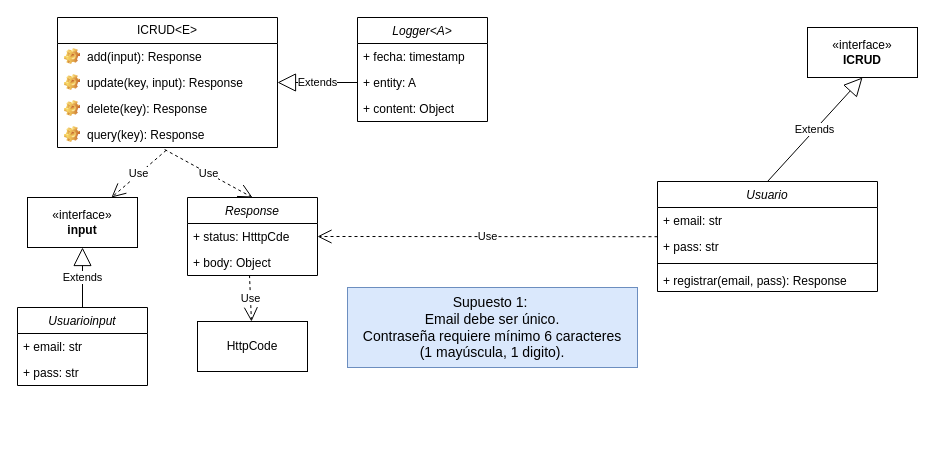
Giggin-html/dwm4 keeps this draw.io diagram as Front-End_Sprint/Diagrama sin título.drawio. Above is the earlier version. Source tidied: cells renumbered, new cells numbered last; positions are measured from the earlier drawing's top-left corner, leaving out a move shared by most shapes. Both pictures are drawn from the tidied source at 100%, with x=0, y=0 at pixel (17, 17).
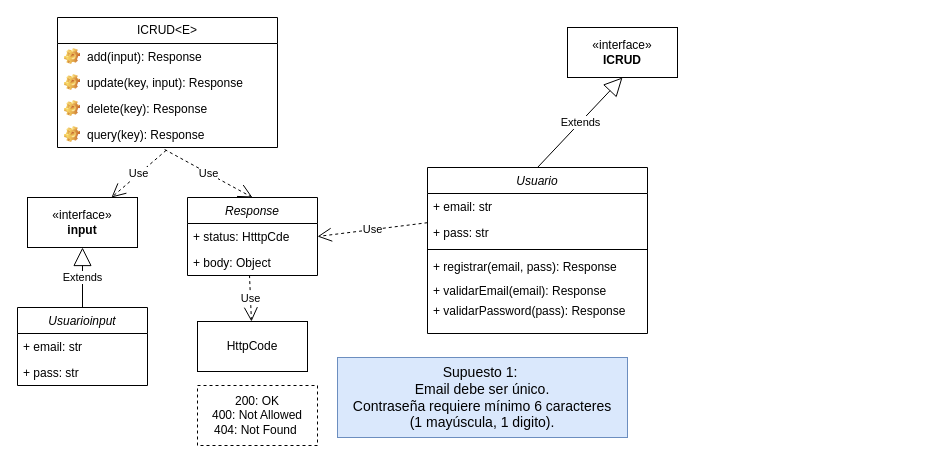
After the change.

The change refers to these unchanged cells:
```xml
<mxCell id="9" value="update(key, input): Response" style="label;fontStyle=0;strokeColor=none;fillColor=none;align=left;verticalAlign=top;overflow=hidden;spacingLeft=28;spacingRight=4;points=[[0,0.5],[1,0.5]];portConstraint=eastwest;imageWidth=16;imageHeight=16;whiteSpace=wrap;html=1;image=img/clipart/Gear_128x128.png;" parent="7" vertex="1">
  <mxGeometry y="52" width="220" height="26" as="geometry" />
</mxCell>
```

Diff of the diagram source:
```diff
@@
     <mxCell id="2" value="Usuario" style="swimlane;fontStyle=2;align=center;verticalAlign=top;horizontal=1;startSize=26;rounded=0;shadow=0;strokeWidth=1;" parent="1" vertex="1">
-      <mxGeometry x="640" y="164" width="220" height="110" as="geometry" />
+      <mxGeometry x="410" y="150" width="220" height="166" as="geometry" />
     </mxCell>
@@
+    <mxCell id="33" value="&lt;div&gt;+ validarEmail(email): Response&lt;/div&gt;&lt;div&gt;&lt;br&gt;&lt;/div&gt;" style="text;strokeColor=none;fillColor=none;align=left;verticalAlign=top;spacingLeft=4;spacingRight=4;overflow=hidden;whiteSpace=wrap;html=1;" parent="2" vertex="1">
+      <mxGeometry y="110" width="220" height="20" as="geometry" />
+    </mxCell>
+    <mxCell id="34" value="+ validarPassword(pass): Response" style="text;strokeColor=none;fillColor=none;align=left;verticalAlign=top;spacingLeft=4;spacingRight=4;overflow=hidden;whiteSpace=wrap;html=1;" parent="2" vertex="1">
+      <mxGeometry y="130" width="220" height="26" as="geometry" />
+    </mxCell>
@@
     <mxCell id="24" value="«interface»&lt;br&gt;&lt;b&gt;ICRUD&lt;/b&gt;" style="html=1;whiteSpace=wrap;" parent="1" vertex="1">
-      <mxGeometry x="790" y="10" width="110" height="50" as="geometry" />
+      <mxGeometry x="550" y="10" width="110" height="50" as="geometry" />
     </mxCell>
@@
-    <mxCell id="27" value="Logger&lt;A&gt;" style="swimlane;fontStyle=2;align=center;verticalAlign=top;horizontal=1;startSize=26;rounded=0;shadow=0;strokeWidth=1;" parent="1" vertex="1">
-      <mxGeometry x="340" width="130" height="104" as="geometry" />
-    </mxCell>
-    <mxCell id="28" value="+ fecha: timestamp" style="text;strokeColor=none;fillColor=none;align=left;verticalAlign=top;spacingLeft=4;spacingRight=4;overflow=hidden;whiteSpace=wrap;html=1;" parent="27" vertex="1">
-      <mxGeometry y="26" width="130" height="26" as="geometry" />
-    </mxCell>
-    <mxCell id="29" value="+ entity: A" style="text;strokeColor=none;fillColor=none;align=left;verticalAlign=top;spacingLeft=4;spacingRight=4;overflow=hidden;points=[[0,0.5],[1,0.5]];portConstraint=eastwest;whiteSpace=wrap;html=1;" parent="27" vertex="1">
-      <mxGeometry y="52" width="130" height="26" as="geometry" />
-    </mxCell>
-    <mxCell id="30" value="+ content: Object" style="text;strokeColor=none;fillColor=none;align=left;verticalAlign=top;spacingLeft=4;spacingRight=4;overflow=hidden;whiteSpace=wrap;html=1;" parent="27" vertex="1">
-      <mxGeometry y="78" width="130" height="26" as="geometry" />
-    </mxCell>
-    <mxCell id="31" value="Extends" style="endArrow=block;endSize=16;endFill=0;html=1;rounded=0;exitX=0;exitY=0.5;exitDx=0;exitDy=0;entryX=1;entryY=0.5;entryDx=0;entryDy=0;" parent="1" edge="1" source="29" target="9">
-      <mxGeometry relative="1" as="geometry" />
-    </mxCell>
     <mxCell id="32" value="&lt;font style=&quot;font-size: 14px;&quot;&gt;Supuesto 1:&amp;nbsp;&lt;/font&gt;&lt;div&gt;&lt;font style=&quot;font-size: 14px;&quot;&gt;Email debe ser único.&lt;/font&gt;&lt;/div&gt;&lt;div&gt;&lt;font style=&quot;font-size: 14px;&quot;&gt;&amp;nbsp;Contraseña requiere mínimo 6 caracteres&amp;nbsp;&lt;/font&gt;&lt;/div&gt;&lt;div&gt;&lt;font style=&quot;font-size: 14px;&quot;&gt;(1 mayúscula, 1 digito).&lt;/font&gt;&lt;/div&gt;" style="html=1;whiteSpace=wrap;fillColor=#dae8fc;strokeColor=#6c8ebf;" parent="1" vertex="1">
-      <mxGeometry x="330" y="270" width="290" height="80" as="geometry" />
+      <mxGeometry x="320" y="340" width="290" height="80" as="geometry" />
     </mxCell>
+    <mxCell id="35" value="200: OK&lt;div&gt;400: Not Allowed&lt;br&gt;&lt;div&gt;404: Not Found&amp;nbsp;&lt;/div&gt;&lt;/div&gt;" style="html=1;whiteSpace=wrap;dashed=1;" parent="1" vertex="1">
+      <mxGeometry x="180" y="368" width="120" height="60" as="geometry" />
+    </mxCell>
```
